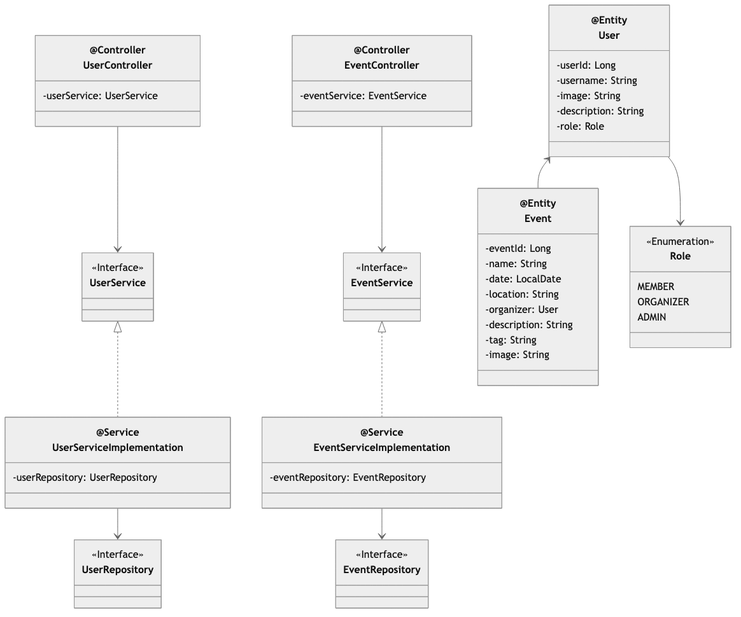
The Mermaid diagram docs/diagrams/class-dia/class-diagram.png in valurkristinn/skemmti, before a commit. Its source is kept beside it as docs/diagrams/class-dia/class-diagram.mmd.
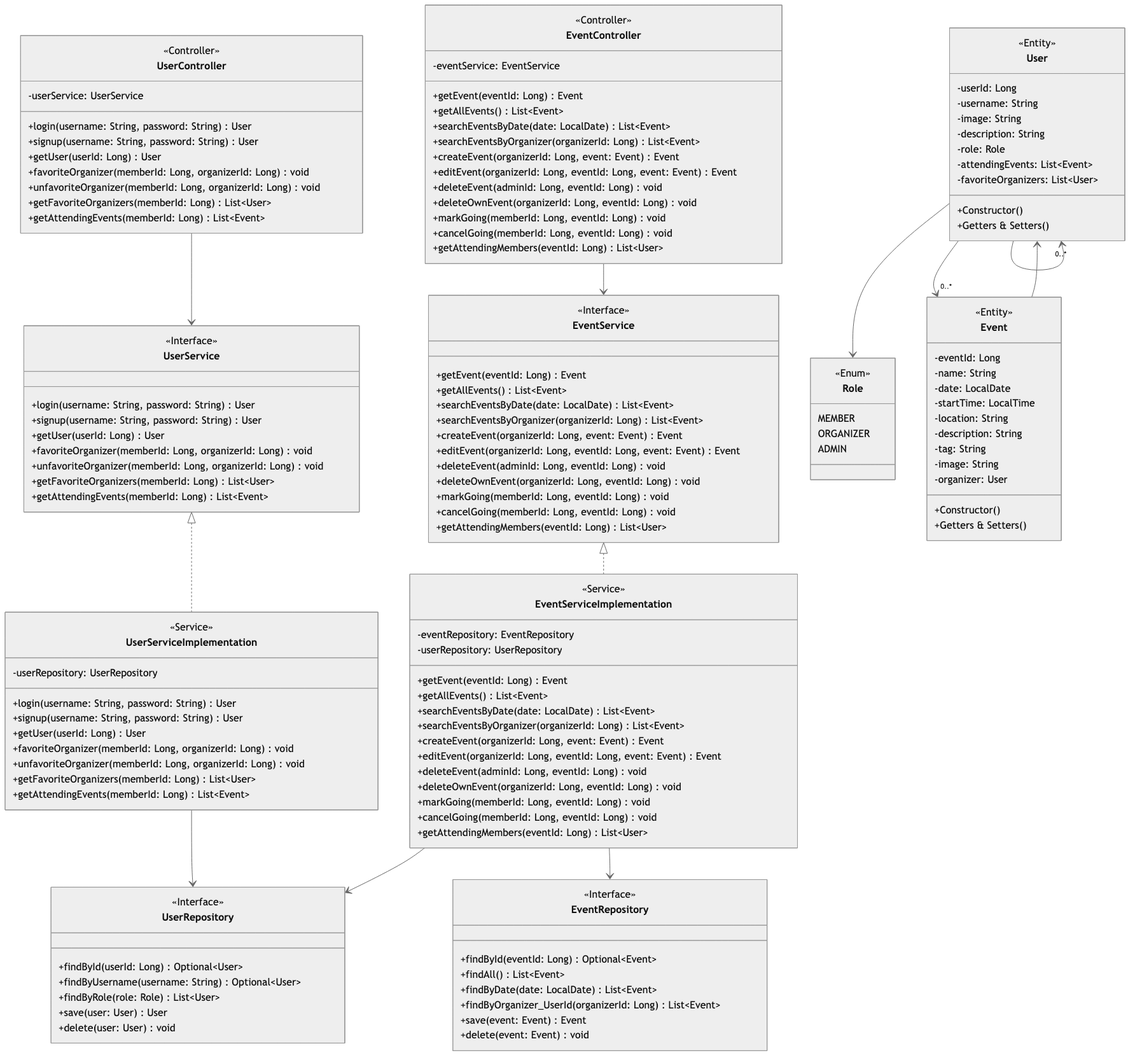
The same diagram one commit later.

Commit message:
fix: user role, methods, uml cleanup

Diff of the diagram source:
```diff
@@ -1,69 +1,156 @@
 %%{init: {'theme': 'neutral'} }%%
 classDiagram
-    class UserController["@Controller<br/>UserController"] {
-        -userService: UserService
-    }
-    class EventController["@Controller<br/>EventController"] {
-        -eventService: EventService
-    }
+direction TB
 
-    class UserService {
-      <<Interface>>
-    }
+class UserController {
+    <<Controller>>
+    -userService: UserService
+    +login(username: String, password: String) User
+    +signup(username: String, password: String) User
+    +getUser(userId: Long) User
+    +favoriteOrganizer(memberId: Long, organizerId: Long) void
+    +unfavoriteOrganizer(memberId: Long, organizerId: Long) void
+    +getFavoriteOrganizers(memberId: Long) List~User~
+    +getAttendingEvents(memberId: Long) List~Event~
+}
 
-    class EventService {
-      <<Interface>>
-    }
+class EventController {
+    <<Controller>>
+    -eventService: EventService
+    +getEvent(eventId: Long) Event
+    +getAllEvents() List~Event~
+    +searchEventsByDate(date: LocalDate) List~Event~
+    +searchEventsByOrganizer(organizerId: Long) List~Event~
+    +createEvent(organizerId: Long, event: Event) Event
+    +editEvent(organizerId: Long, eventId: Long, event: Event) Event
+    +deleteEvent(adminId: Long, eventId: Long) void
+    +deleteOwnEvent(organizerId: Long, eventId: Long) void
+    +markGoing(memberId: Long, eventId: Long) void
+    +cancelGoing(memberId: Long, eventId: Long) void
+    +getAttendingMembers(eventId: Long) List~User~
+}
 
-    class UserServiceImplementation["@Service<br/>UserServiceImplementation"] {
-        -userRepository: UserRepository
-    }
-    class EventServiceImplementation["@Service<br/>EventServiceImplementation"] {
-        -eventRepository: EventRepository
-    }
+class UserService {
+    <<Interface>>
+    +login(username: String, password: String) User
+    +signup(username: String, password: String) User
+    +getUser(userId: Long) User
+    +favoriteOrganizer(memberId: Long, organizerId: Long) void
+    +unfavoriteOrganizer(memberId: Long, organizerId: Long) void
+    +getFavoriteOrganizers(memberId: Long) List~User~
+    +getAttendingEvents(memberId: Long) List~Event~
+}
 
-    class UserRepository {
-      <<Interface>>
-    }
+class EventService {
+    <<Interface>>
+    +getEvent(eventId: Long) Event
+    +getAllEvents() List~Event~
+    +searchEventsByDate(date: LocalDate) List~Event~
+    +searchEventsByOrganizer(organizerId: Long) List~Event~
+    +createEvent(organizerId: Long, event: Event) Event
+    +editEvent(organizerId: Long, eventId: Long, event: Event) Event
+    +deleteEvent(adminId: Long, eventId: Long) void
+    +deleteOwnEvent(organizerId: Long, eventId: Long) void
+    +markGoing(memberId: Long, eventId: Long) void
+    +cancelGoing(memberId: Long, eventId: Long) void
+    +getAttendingMembers(eventId: Long) List~User~
+}
 
-    class EventRepository {
-      <<Interface>>
-    }
+class UserServiceImplementation {
+    <<Service>>
+    -userRepository: UserRepository
+    +login(username: String, password: String) User
+    +signup(username: String, password: String) User
+    +getUser(userId: Long) User
+    +favoriteOrganizer(memberId: Long, organizerId: Long) void
+    +unfavoriteOrganizer(memberId: Long, organizerId: Long) void
+    +getFavoriteOrganizers(memberId: Long) List~User~
+    +getAttendingEvents(memberId: Long) List~Event~
+}
 
-    class UserEntity["@Entity<br/>User"] {
-        -userId: Long
-        -username: String
-        -image: String
-        -description: String
-        -role: Role
-    }
+class EventServiceImplementation {
+    <<Service>>
+    -eventRepository: EventRepository
+    -userRepository: UserRepository
+    +getEvent(eventId: Long) Event
+    +getAllEvents() List~Event~
+    +searchEventsByDate(date: LocalDate) List~Event~
+    +searchEventsByOrganizer(organizerId: Long) List~Event~
+    +createEvent(organizerId: Long, event: Event) Event
+    +editEvent(organizerId: Long, eventId: Long, event: Event) Event
+    +deleteEvent(adminId: Long, eventId: Long) void
+    +deleteOwnEvent(organizerId: Long, eventId: Long) void
+    +markGoing(memberId: Long, eventId: Long) void
+    +cancelGoing(memberId: Long, eventId: Long) void
+    +getAttendingMembers(eventId: Long) List~User~
+}
 
-    class EventEntity["@Entity<br/>Event"] {
-        -eventId: Long
-        -name: String
-        -date: LocalDate
-        -location: String
-        -organizer: User
-        -description: String
-        -tag: String
-        -image: String
-    }
+class UserRepository {
+    <<Interface>>
+    +findById(userId: Long) Optional~User~
+    +findByUsername(username: String) Optional~User~
+    +findByRole(role: Role) List~User~
+    +save(user: User) User
+    +delete(user: User) void
+}
 
-    class Role {
-        <<Enumeration>>
-        MEMBER
-        ORGANIZER
-        ADMIN
-    }
+class EventRepository {
+    <<Interface>>
+    +findById(eventId: Long) Optional~Event~
+    +findAll() List~Event~
+    +findByDate(date: LocalDate) List~Event~
+    +findByOrganizer_UserId(organizerId: Long) List~Event~
+    +save(event: Event) Event
+    +delete(event: Event) void
+}
 
-    UserController --> UserService
-    EventController --> EventService
+class Role {
+    <<Enum>>
+    MEMBER
+    ORGANIZER
+    ADMIN
+}
 
-    UserService <|.. UserServiceImplementation
-    EventService <|.. EventServiceImplementation
+class User {
+    <<Entity>>
+    -userId: Long
+    -username: String
+    -image: String
+    -description: String
+    -role: Role
+    -attendingEvents: List~Event~
+    -favoriteOrganizers: List~User~
+    +Constructor()
+    +Getters & Setters()
+}
 
-    UserServiceImplementation --> UserRepository
-    EventServiceImplementation --> EventRepository
+class Event {
+    <<Entity>>
+    -eventId: Long
+    -name: String
+    -date: LocalDate
+    -startTime: LocalTime
+    -location: String
+    -description: String
+    -tag: String
+    -image: String
+    -organizer: User
+    +Constructor()
+    +Getters & Setters()
+}
 
-    UserEntity <-- EventEntity
-    UserEntity --> Role
+UserController --> UserService
+EventController --> EventService
+
+UserService <|.. UserServiceImplementation
+EventService <|.. EventServiceImplementation
+
+UserServiceImplementation --> UserRepository
+EventServiceImplementation --> EventRepository
+EventServiceImplementation --> UserRepository
+
+User --> Role
+
+Event --> User
+User --> "0..*" Event
+User --> "0..*" User
```
